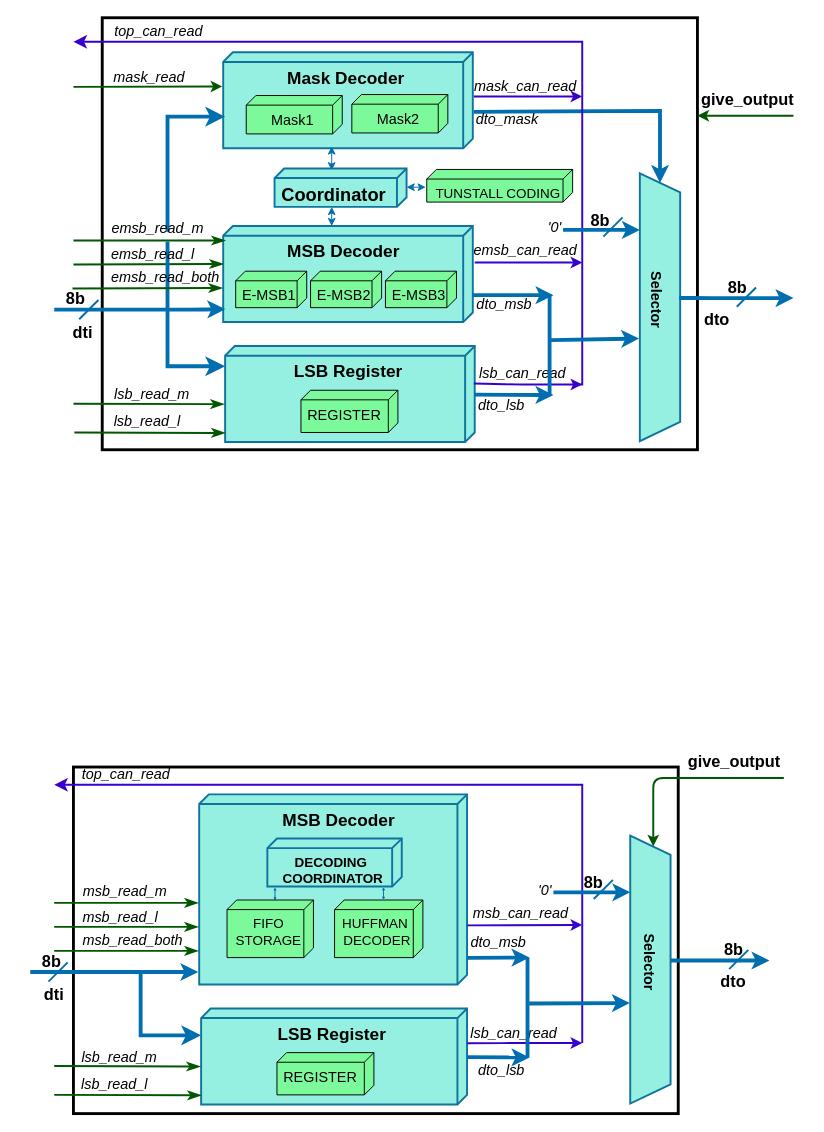
Before: decompressor.drawio in Nithyarajoman/Drawio-figures, a draw.io diagram. Source tidied: cells renumbered, new cells numbered last; positions are measured from the earlier drawing's top-left corner, leaving out a move shared by most shapes. Both pictures are drawn from the tidied source at 96%, with x=0, y=0 at pixel (30, 16).
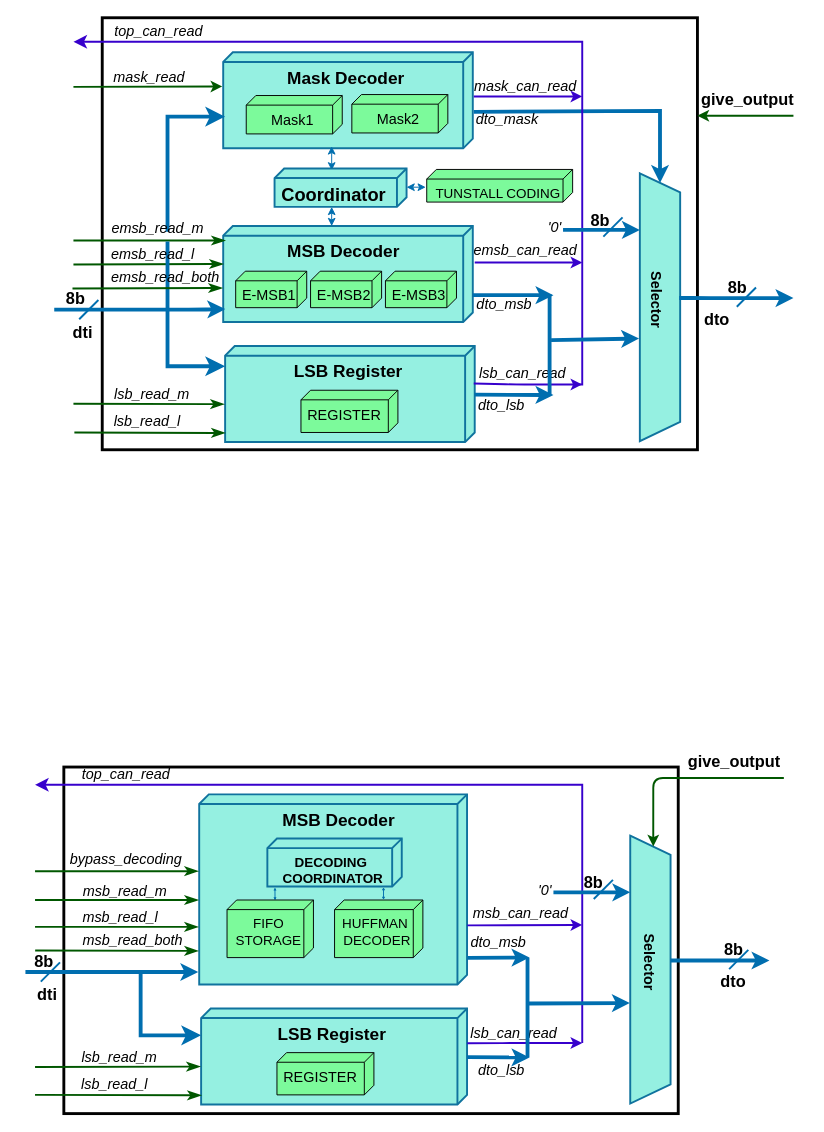
The same page after the edit.

What changed in the source:
```diff
@@
     <mxCell id="63" style="rounded=0;whiteSpace=wrap;html=1;fillStyle=solid;strokeColor=#000000;strokeWidth=3;fillColor=none;" parent="1" vertex="1">
-      <mxGeometry x="45" y="781.5" width="630" height="361" as="geometry" />
+      <mxGeometry x="35" y="781.5" width="640" height="361" as="geometry" />
     </mxCell>
@@
     <mxCell id="70" style="endArrow=classicThin;startArrow=none;endFill=1;startFill=0;endSize=8;html=1;verticalAlign=bottom;labelBackgroundColor=none;strokeWidth=2;shadow=0;sketch=0;fontColor=#000000;fillColor=#008a00;strokeColor=#005700;" parent="1" edge="1">
       <mxGeometry relative="1" as="geometry">
-        <mxPoint x="25" y="923" as="sourcePoint" />
-        <mxPoint x="175" y="923" as="targetPoint" />
+        <mxPoint x="5" y="920" as="sourcePoint" />
+        <mxPoint x="175" y="920" as="targetPoint" />
       </mxGeometry>
     </mxCell>
     <mxCell id="71" style="endArrow=classicThin;startArrow=none;endFill=1;startFill=0;endSize=8;html=1;verticalAlign=bottom;labelBackgroundColor=none;strokeWidth=2;shadow=0;sketch=0;fontColor=#000000;fillColor=#008a00;strokeColor=#005700;" parent="1" edge="1">
       <mxGeometry relative="1" as="geometry">
-        <mxPoint x="25" y="948" as="sourcePoint" />
+        <mxPoint x="5" y="948" as="sourcePoint" />
         <mxPoint x="175" y="948" as="targetPoint" />
       </mxGeometry>
     </mxCell>
@@
     <mxCell id="74" style="edgeStyle=segmentEdgeStyle;endArrow=classic;html=1;curved=0;rounded=0;endSize=8;startSize=8;fontColor=#000000;strokeColor=#3700CC;fillColor=#6a00ff;strokeWidth=2;" parent="1" edge="1">
       <mxGeometry relative="1" as="geometry">
         <mxPoint x="575" y="1069" as="sourcePoint" />
-        <mxPoint x="25" y="800" as="targetPoint" />
+        <mxPoint x="5" y="800" as="targetPoint" />
         <Array as="points">
           <mxPoint x="575" y="800" />
           <mxPoint x="40" y="800" />
         </Array>
       </mxGeometry>
     </mxCell>
@@
     <mxCell id="76" style="edgeStyle=none;orthogonalLoop=1;jettySize=auto;html=1;strokeColor=#006EAF;fillColor=#1ba1e2;strokeWidth=4;" parent="1" edge="1">
       <mxGeometry relative="1" as="geometry">
-        <mxPoint y="995" as="sourcePoint" />
+        <mxPoint x="-5" y="995" as="sourcePoint" />
         <mxPoint x="175" y="995" as="targetPoint" />
         <Array as="points">
           <mxPoint x="150" y="995" />
         </Array>
       </mxGeometry>
     </mxCell>
@@
     <mxCell id="78" style="endArrow=classicThin;startArrow=none;endFill=1;startFill=0;endSize=8;html=1;verticalAlign=bottom;labelBackgroundColor=none;strokeWidth=2;shadow=0;sketch=0;fontColor=#000000;fillColor=#008a00;strokeColor=#005700;" parent="1" edge="1">
       <mxGeometry relative="1" as="geometry">
-        <mxPoint x="25" y="1093" as="sourcePoint" />
+        <mxPoint x="5" y="1094" as="sourcePoint" />
         <mxPoint x="177" y="1093.5" as="targetPoint" />
       </mxGeometry>
     </mxCell>
@@
     <mxCell id="80" style="endArrow=none;html=1;strokeColor=#006EAF;strokeWidth=2;" parent="1" edge="1">
       <mxGeometry relative="1" as="geometry">
-        <mxPoint x="19" y="1005" as="sourcePoint" />
-        <mxPoint x="39" y="985" as="targetPoint" />
+        <mxPoint x="11" y="1005" as="sourcePoint" />
+        <mxPoint x="31" y="985" as="targetPoint" />
       </mxGeometry>
     </mxCell>
@@
     <mxCell id="82" value="&lt;b&gt;&lt;font style=&quot;font-size: 17px;&quot;&gt;8b&lt;/font&gt;&lt;/b&gt;" style="text;strokeColor=none;align=center;fillColor=none;html=1;verticalAlign=middle;whiteSpace=wrap;rounded=0;fontColor=default;" parent="1" vertex="1">
-      <mxGeometry x="10" y="973" width="25" height="24" as="geometry" />
+      <mxGeometry x="2" y="973" width="25" height="24" as="geometry" />
     </mxCell>
@@
     <mxCell id="91" value="&lt;b&gt;&lt;font style=&quot;font-size: 17px;&quot;&gt;dti&lt;/font&gt;&lt;/b&gt;" style="text;strokeColor=none;align=center;fillColor=none;html=1;verticalAlign=middle;whiteSpace=wrap;rounded=0;" parent="1" vertex="1">
-      <mxGeometry x="5" y="1005" width="40" height="30" as="geometry" />
+      <mxGeometry x="-2" y="1005" width="40" height="30" as="geometry" />
     </mxCell>
@@
-    <mxCell id="100" style="endArrow=classicThin;startArrow=none;endFill=1;startFill=0;endSize=8;html=1;verticalAlign=bottom;labelBackgroundColor=none;strokeWidth=2;shadow=0;sketch=0;fontColor=#000000;fillColor=#008a00;strokeColor=#005700;" parent="1" edge="1">
+    <mxCell id="100" style="endArrow=classicThin;startArrow=none;endFill=1;startFill=0;endSize=8;html=1;verticalAlign=bottom;labelBackgroundColor=none;strokeWidth=2;shadow=0;sketch=0;fontColor=#000000;fillColor=#008a00;strokeColor=#005700;exitX=0.125;exitY=-0.013;exitDx=0;exitDy=0;exitPerimeter=0;" parent="1" edge="1" source="82">
       <mxGeometry relative="1" as="geometry">
-        <mxPoint x="25" y="973" as="sourcePoint" />
         <mxPoint x="175" y="973" as="targetPoint" />
       </mxGeometry>
     </mxCell>
@@
     <mxCell id="107" style="endArrow=classicThin;startArrow=none;endFill=1;startFill=0;endSize=8;html=1;verticalAlign=bottom;labelBackgroundColor=none;strokeWidth=2;shadow=0;sketch=0;fontColor=#000000;fillColor=#008a00;strokeColor=#005700;" parent="1" edge="1">
       <mxGeometry relative="1" as="geometry">
-        <mxPoint x="25" y="1123" as="sourcePoint" />
+        <mxPoint x="5" y="1123" as="sourcePoint" />
         <mxPoint x="178" y="1123.5" as="targetPoint" />
       </mxGeometry>
     </mxCell>
@@
+    <mxCell id="111" style="endArrow=classicThin;startArrow=none;endFill=1;startFill=0;endSize=8;html=1;verticalAlign=bottom;labelBackgroundColor=none;strokeWidth=2;shadow=0;sketch=0;fontColor=#000000;fillColor=#008a00;strokeColor=#005700;" parent="1" edge="1">
+      <mxGeometry relative="1" as="geometry">
+        <mxPoint x="5" y="890" as="sourcePoint" />
+        <mxPoint x="175" y="890" as="targetPoint" />
+      </mxGeometry>
+    </mxCell>
+    <mxCell id="112" value="&lt;font style=&quot;font-size: 15px;&quot;&gt;&lt;i&gt;bypass_decoding&lt;/i&gt;&lt;/font&gt;" style="text;strokeColor=none;align=center;fillColor=none;html=1;verticalAlign=middle;whiteSpace=wrap;rounded=0;fontSize=17;" parent="1" vertex="1">
+      <mxGeometry x="70" y="860" width="60" height="35" as="geometry" />
+    </mxCell>
```
